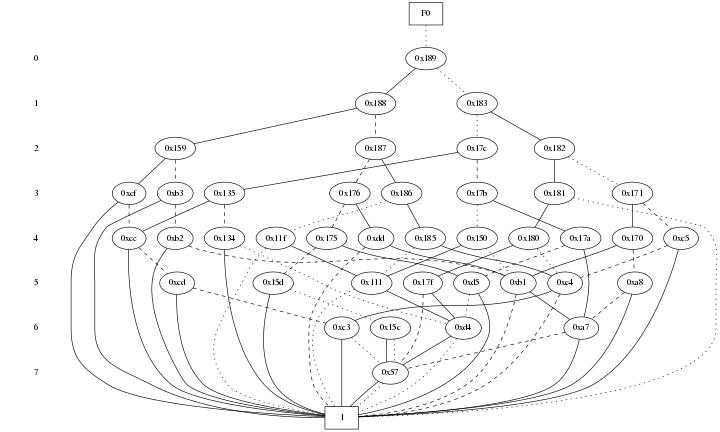
Above: bdd/graph.png in Marianna-Pinho/Topicos_Especiais_IV (Graphviz), before the change. Its source is kept beside it as bdd/graph.dot.
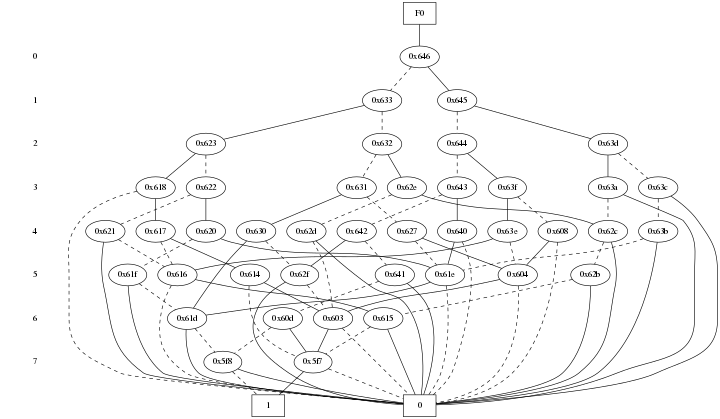
The same file after the commit.

What changed in the source:
```diff
@@ -10,145 +10,150 @@
 { rank = same; node [shape = box]; edge [style = invis];
 "F0"; }
 { rank = same; " 0 ";
-"0x189";
+"0x646";
 }
 { rank = same; " 1 ";
-"0x188";
-"0x183";
+"0x633";
+"0x645";
 }
 { rank = same; " 2 ";
-"0x17c";
-"0x159";
-"0x187";
-"0x182";
+"0x623";
+"0x632";
+"0x644";
+"0x63d";
 }
 { rank = same; " 3 ";
-"0x135";
-"0x181";
-"0x186";
-"0x17b";
-"0xcf";
-"0xb3";
-"0x176";
-"0x171";
+"0x63c";
+"0x622";
+"0x618";
+"0x643";
+"0x631";
+"0x63f";
+"0x62e";
+"0x63a";
 }
 { rank = same; " 4 ";
-"0x170";
-"0xdd";
-"0xc5";
-"0x11f";
-"0x180";
-"0x17a";
-"0xce";
-"0x150";
-"0xb2";
-"0x134";
-"0x175";
-"0x185";
+"0x63e";
+"0x63b";
+"0x62d";
+"0x62c";
+"0x642";
+"0x608";
+"0x640";
+"0x617";
+"0x621";
+"0x627";
+"0x620";
+"0x630";
 }
 { rank = same; " 5 ";
-"0x15d";
-"0x17f";
-"0xb1";
-"0xc4";
-"0xcd";
-"0xa8";
-"0x111";
-"0xd5";
+"0x604";
+"0x61f";
+"0x616";
+"0x614";
+"0x61e";
+"0x62f";
+"0x641";
+"0x62b";
 }
 { rank = same; " 6 ";
-"0x15c";
-"0xc3";
-"0xa7";
-"0xd4";
+"0x603";
+"0x60d";
+"0x615";
+"0x61d";
 }
 { rank = same; " 7 ";
-"0x57";
+"0x5f7";
+"0x5f8";
 }
 { rank = same; "CONST NODES";
-{ node [shape = box]; "0x4c";
+{ node [shape = box]; "0x4ba";
+"0x4b9";
 }
 }
-"F0" -> "0x189" [style = dotted];
-"0x189" -> "0x188";
-"0x189" -> "0x183" [style = dotted];
-"0x188" -> "0x159";
-"0x188" -> "0x187" [style = dashed];
-"0x183" -> "0x182";
-"0x183" -> "0x17c" [style = dotted];
-"0x17c" -> "0x135";
-"0x17c" -> "0x17b" [style = dashed];
-"0x159" -> "0xcf";
-"0x159" -> "0xb3" [style = dashed];
-"0x187" -> "0x186";
-"0x187" -> "0x176" [style = dashed];
-"0x182" -> "0x181";
-"0x182" -> "0x171" [style = dotted];
-"0x135" -> "0xce";
-"0x135" -> "0x134" [style = dashed];
-"0x181" -> "0x180";
-"0x181" -> "0x4c" [style = dotted];
-"0x186" -> "0x185";
-"0x186" -> "0x11f" [style = dotted];
-"0x17b" -> "0x17a";
-"0x17b" -> "0x150" [style = dotted];
-"0xcf" -> "0x4c";
-"0xcf" -> "0xce" [style = dashed];
-"0xb3" -> "0x4c";
-"0xb3" -> "0xb2" [style = dashed];
-"0x176" -> "0xdd";
-"0x176" -> "0x175" [style = dashed];
-"0x171" -> "0x170";
-"0x171" -> "0xc5" [style = dashed];
-"0x170" -> "0xb1";
-"0x170" -> "0xa8" [style = dashed];
-"0xdd" -> "0xb1";
-"0xdd" -> "0x4c" [style = dashed];
-"0xc5" -> "0x4c";
-"0xc5" -> "0xc4" [style = dashed];
-"0x11f" -> "0x111";
-"0x11f" -> "0x4c" [style = dotted];
-"0x180" -> "0x17f";
-"0x180" -> "0xc4" [style = dotted];
-"0x17a" -> "0xa7";
-"0x17a" -> "0xd5" [style = dashed];
-"0xce" -> "0x4c";
-"0xce" -> "0xcd" [style = dashed];
-"0x150" -> "0x111";
-"0x150" -> "0xb1" [style = dotted];
-"0xb2" -> "0x4c";
-"0xb2" -> "0xb1" [style = dashed];
-"0x134" -> "0x4c";
-"0x134" -> "0xd4" [style = dotted];
-"0x175" -> "0xd5";
-"0x175" -> "0x15d" [style = dashed];
-"0x185" -> "0xc4";
-"0x185" -> "0x111" [style = dotted];
-"0x15d" -> "0x4c";
-"0x15d" -> "0x15c" [style = dotted];
-"0x17f" -> "0xd4";
-"0x17f" -> "0x57" [style = dashed];
-"0xb1" -> "0xa7";
-"0xb1" -> "0x4c" [style = dashed];
-"0xc4" -> "0xc3";
-"0xc4" -> "0x4c" [style = dashed];
-"0xcd" -> "0x4c";
-"0xcd" -> "0xc3" [style = dashed];
-"0xa8" -> "0x4c";
-"0xa8" -> "0xa7" [style = dashed];
-"0x111" -> "0xd4";
-"0x111" -> "0x4c" [style = dotted];
-"0xd5" -> "0x4c";
-"0xd5" -> "0xd4" [style = dotted];
-"0x15c" -> "0x57";
-"0x15c" -> "0x57" [style = dotted];
-"0xc3" -> "0x4c";
-"0xc3" -> "0x57" [style = dotted];
-"0xa7" -> "0x4c";
-"0xa7" -> "0x57" [style = dashed];
-"0xd4" -> "0x57";
-"0xd4" -> "0x4c" [style = dotted];
-"0x57" -> "0x4c";
-"0x57" -> "0x4c" [style = dotted];
-"0x4c" [label = "1"];
+"F0" -> "0x646" [style = solid];
+"0x646" -> "0x645";
+"0x646" -> "0x633" [style = dashed];
+"0x633" -> "0x623";
+"0x633" -> "0x632" [style = dashed];
+"0x645" -> "0x63d";
+"0x645" -> "0x644" [style = dashed];
+"0x623" -> "0x618";
+"0x623" -> "0x622" [style = dashed];
+"0x632" -> "0x62e";
+"0x632" -> "0x631" [style = dashed];
+"0x644" -> "0x63f";
+"0x644" -> "0x643" [style = dashed];
+"0x63d" -> "0x63a";
+"0x63d" -> "0x63c" [style = dashed];
+"0x63c" -> "0x4ba";
+"0x63c" -> "0x63b" [style = dashed];
+"0x622" -> "0x620";
+"0x622" -> "0x621" [style = dashed];
+"0x618" -> "0x617";
+"0x618" -> "0x4ba" [style = dashed];
+"0x643" -> "0x640";
+"0x643" -> "0x642" [style = dashed];
+"0x631" -> "0x630";
+"0x631" -> "0x627" [style = dashed];
+"0x63f" -> "0x63e";
+"0x63f" -> "0x608" [style = dashed];
+"0x62e" -> "0x62c";
+"0x62e" -> "0x62d" [style = dashed];
+"0x63a" -> "0x4ba";
+"0x63a" -> "0x62c" [style = dashed];
+"0x63e" -> "0x616";
+"0x63e" -> "0x604" [style = dashed];
+"0x63b" -> "0x4ba";
+"0x63b" -> "0x61e" [style = dashed];
+"0x62d" -> "0x4ba";
+"0x62d" -> "0x603" [style = dashed];
+"0x62c" -> "0x4ba";
+"0x62c" -> "0x62b" [style = dashed];
+"0x642" -> "0x62f";
+"0x642" -> "0x641" [style = dashed];
+"0x608" -> "0x604";
+"0x608" -> "0x4ba" [style = dashed];
+"0x640" -> "0x61e";
+"0x640" -> "0x4ba" [style = dashed];
+"0x617" -> "0x614";
+"0x617" -> "0x616" [style = dashed];
+"0x621" -> "0x4ba";
+"0x621" -> "0x616" [style = dashed];
+"0x627" -> "0x604";
+"0x627" -> "0x61e" [style = dashed];
+"0x620" -> "0x61e";
+"0x620" -> "0x61f" [style = dashed];
+"0x630" -> "0x61d";
+"0x630" -> "0x62f" [style = dashed];
+"0x604" -> "0x603";
+"0x604" -> "0x4ba" [style = dashed];
+"0x61f" -> "0x4ba";
+"0x61f" -> "0x61d" [style = dashed];
+"0x616" -> "0x615";
+"0x616" -> "0x4ba" [style = dashed];
+"0x614" -> "0x603";
+"0x614" -> "0x5f7" [style = dashed];
+"0x61e" -> "0x61d";
+"0x61e" -> "0x4ba" [style = dashed];
+"0x62f" -> "0x4ba";
+"0x62f" -> "0x603" [style = dashed];
+"0x641" -> "0x4ba";
+"0x641" -> "0x60d" [style = dashed];
+"0x62b" -> "0x4ba";
+"0x62b" -> "0x615" [style = dashed];
+"0x603" -> "0x5f7";
+"0x603" -> "0x4ba" [style = dashed];
+"0x60d" -> "0x5f7";
+"0x60d" -> "0x5f8" [style = dashed];
+"0x615" -> "0x4ba";
+"0x615" -> "0x5f7" [style = dashed];
+"0x61d" -> "0x4ba";
+"0x61d" -> "0x5f8" [style = dashed];
+"0x5f7" -> "0x4b9";
+"0x5f7" -> "0x4ba" [style = dashed];
+"0x5f8" -> "0x4ba";
+"0x5f8" -> "0x4b9" [style = dashed];
+"0x4ba" [label = "0"];
+"0x4b9" [label = "1"];
 }
```
